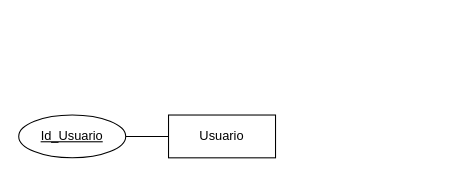
The draw.io diagram Diagrama sin título.drawio in JlchavezG/ContruccionBd, before the edit. Source tidied: cells renumbered, new cells numbered last; positions are measured from the earlier drawing's top-left corner, leaving out a move shared by most shapes. Both pictures are drawn from the tidied source at 107%, with x=0, y=0 at pixel (18, 114).
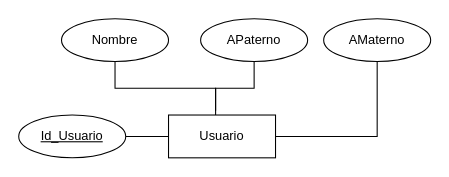
After the change.

Commit message:
agregar atributos_usuario

What changed in the source:
```diff
@@
 <mxGraphModel>
   <root>
     <mxCell id="0" />
     <mxCell id="1" parent="0" />
     <mxCell id="2" value="Usuario" style="whiteSpace=wrap;html=1;align=center;" parent="1" vertex="1">
       <mxGeometry x="140" width="100" height="40" as="geometry" />
     </mxCell>
     <mxCell id="3" style="edgeStyle=orthogonalEdgeStyle;rounded=0;jettySize=auto;html=1;entryX=0;entryY=0.5;entryDx=0;entryDy=0;endArrow=none;endFill=0;" parent="1" edge="1" source="4" target="2">
       <mxGeometry relative="1" as="geometry" />
     </mxCell>
     <mxCell id="4" value="Id_Usuario" style="ellipse;whiteSpace=wrap;html=1;align=center;fontStyle=4;" parent="1" vertex="1">
       <mxGeometry width="100" height="40" as="geometry" />
     </mxCell>
+    <mxCell id="5" style="edgeStyle=orthogonalEdgeStyle;rounded=0;jettySize=auto;html=1;entryX=0.44;entryY=-0.1;entryDx=0;entryDy=0;entryPerimeter=0;endArrow=none;endFill=0;" parent="1" edge="1" source="6" target="2">
+      <mxGeometry relative="1" as="geometry" />
+    </mxCell>
+    <mxCell id="6" value="Nombre" style="ellipse;whiteSpace=wrap;html=1;align=center;" parent="1" vertex="1">
+      <mxGeometry x="40" y="-90" width="100" height="40" as="geometry" />
+    </mxCell>
+    <mxCell id="7" style="edgeStyle=orthogonalEdgeStyle;rounded=0;jettySize=auto;html=1;entryX=0.44;entryY=0;entryDx=0;entryDy=0;entryPerimeter=0;endArrow=none;endFill=0;" parent="1" edge="1" source="8" target="2">
+      <mxGeometry relative="1" as="geometry" />
+    </mxCell>
+    <mxCell id="8" value="APaterno" style="ellipse;whiteSpace=wrap;html=1;align=center;" parent="1" vertex="1">
+      <mxGeometry x="170" y="-90" width="100" height="40" as="geometry" />
+    </mxCell>
+    <mxCell id="9" style="edgeStyle=orthogonalEdgeStyle;rounded=0;jettySize=auto;html=1;entryX=1;entryY=0.5;entryDx=0;entryDy=0;endArrow=none;endFill=0;" parent="1" edge="1" source="10" target="2">
+      <mxGeometry relative="1" as="geometry">
+        <Array as="points">
+          <mxPoint x="335" y="20" />
+        </Array>
+      </mxGeometry>
+    </mxCell>
+    <mxCell id="10" value="AMaterno" style="ellipse;whiteSpace=wrap;html=1;align=center;" parent="1" vertex="1">
+      <mxGeometry x="285" y="-90" width="100" height="40" as="geometry" />
+    </mxCell>
   </root>
 </mxGraphModel>
```
